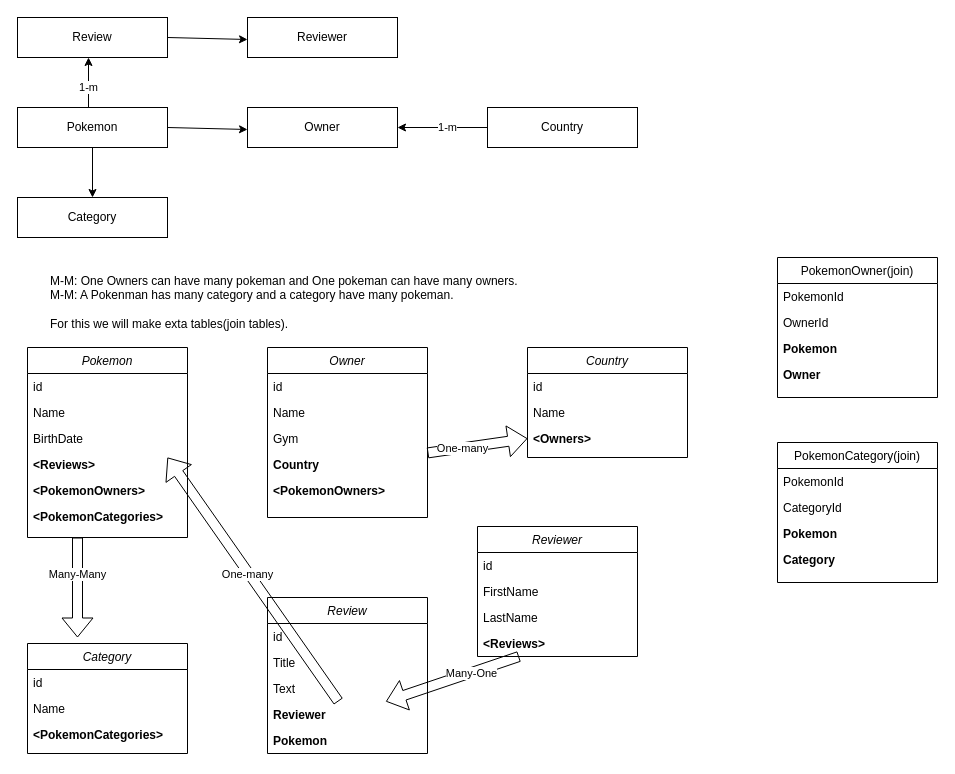
AmmadNaseem/Projects-ERD-Diagrams keeps this draw.io diagram as ASP.NETWebApi.drawio. Above is the earlier version. Source tidied: cells renumbered, new cells numbered last; positions are measured from the earlier drawing's top-left corner, leaving out a move shared by most shapes. Both pictures are drawn from the tidied source at 100%, with x=0, y=0 at pixel (17, 17).
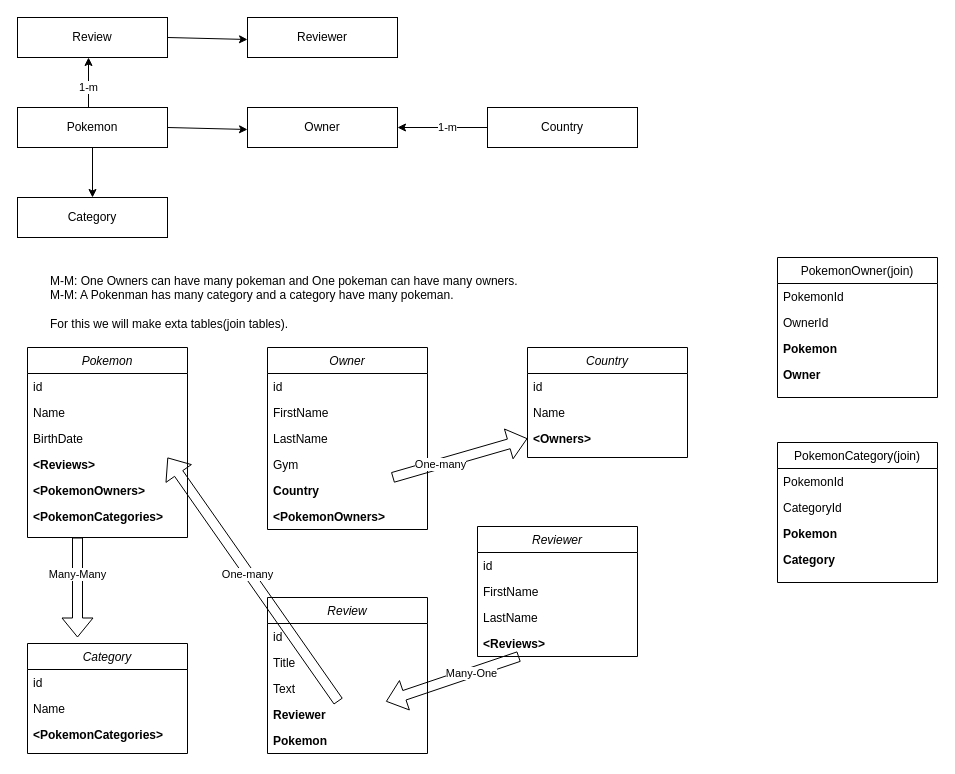
The same page after the edit.

The edit, as a diff of the source:
```diff
@@
     <mxCell id="23" value="Owner" style="swimlane;fontStyle=2;align=center;verticalAlign=top;horizontal=1;startSize=26;rounded=0;shadow=0;strokeWidth=1;" parent="1" vertex="1">
-      <mxGeometry x="250" y="330" width="160" height="170" as="geometry" />
+      <mxGeometry x="250" y="330" width="160" height="182" as="geometry" />
     </mxCell>
@@
-    <mxCell id="25" value="Name" style="text;align=left;verticalAlign=top;spacingLeft=4;spacingRight=4;overflow=hidden;rounded=0;shadow=0;html=0;" parent="23" vertex="1">
+    <mxCell id="25" value="FirstName" style="text;align=left;verticalAlign=top;spacingLeft=4;spacingRight=4;overflow=hidden;rounded=0;shadow=0;html=0;" parent="23" vertex="1">
       <mxGeometry y="52" width="160" height="26" as="geometry" />
     </mxCell>
+    <mxCell id="64" value="LastName" style="text;align=left;verticalAlign=top;spacingLeft=4;spacingRight=4;overflow=hidden;rounded=0;shadow=0;html=0;" parent="23" vertex="1">
+      <mxGeometry y="78" width="160" height="26" as="geometry" />
+    </mxCell>
     <mxCell id="26" value="Gym" style="text;align=left;verticalAlign=top;spacingLeft=4;spacingRight=4;overflow=hidden;rounded=0;shadow=0;html=0;" parent="23" vertex="1">
-      <mxGeometry y="78" width="160" height="26" as="geometry" />
+      <mxGeometry y="104" width="160" height="26" as="geometry" />
     </mxCell>
     <mxCell id="27" value="Country" style="text;align=left;verticalAlign=top;spacingLeft=4;spacingRight=4;overflow=hidden;points=[[0,0.5],[1,0.5]];portConstraint=eastwest;fontStyle=1;" parent="23" vertex="1">
-      <mxGeometry y="104" width="160" height="26" as="geometry" />
+      <mxGeometry y="130" width="160" height="26" as="geometry" />
     </mxCell>
     <mxCell id="28" value="&lt;PokemonOwners&gt;" style="text;align=left;verticalAlign=top;spacingLeft=4;spacingRight=4;overflow=hidden;fontStyle=1;" parent="23" vertex="1">
-      <mxGeometry y="130" width="160" height="26" as="geometry" />
+      <mxGeometry y="156" width="160" height="26" as="geometry" />
     </mxCell>
```
